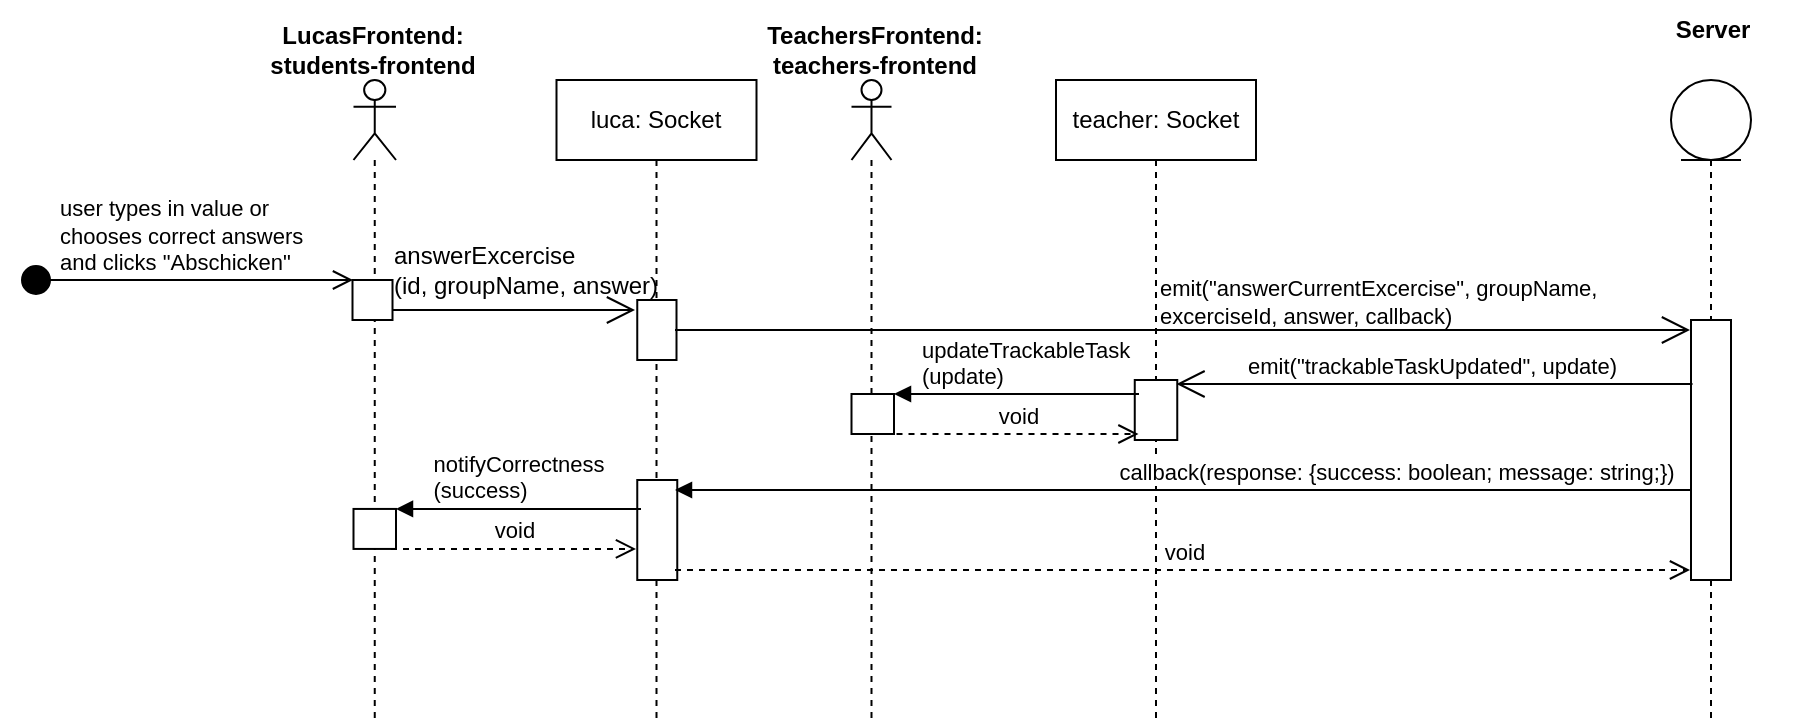
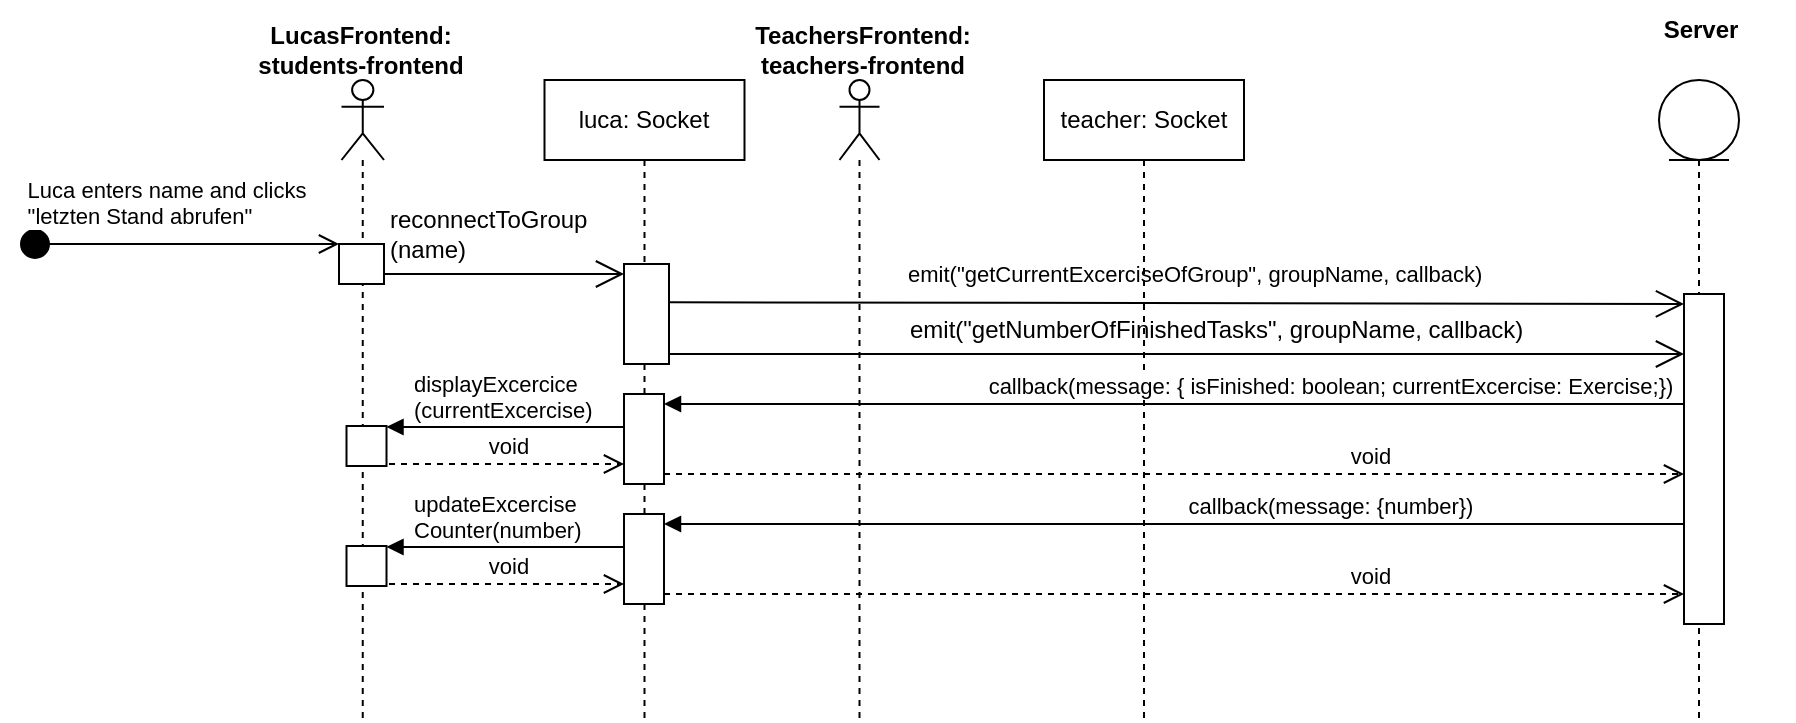
<mxfile host="app.diagrams.net" agent="Mozilla/5.0 (Windows NT 10.0; Win64; x64; rv:133.0) Gecko/20100101 Firefox/133.0" version="25.0.3">
  <diagram name="Page-1" id="2aDTY9amNtia2wzeplLk">
-     <mxGraphModel dx="2294" dy="838" grid="1" gridSize="10" guides="1" tooltips="1" connect="1" arrows="1" fold="1" page="1" pageScale="1" pageWidth="850" pageHeight="1100" math="0" shadow="0">
+     <mxGraphModel dx="1909" dy="615" grid="1" gridSize="10" guides="1" tooltips="1" connect="1" arrows="1" fold="1" page="1" pageScale="1" pageWidth="850" pageHeight="1100" math="0" shadow="0">
      <root>
        <mxCell id="0" />
        <mxCell id="1" parent="0" />
        <mxCell id="wzhvgZOO0w4-mviFbUcD-19" value="" style="shape=umlLifeline;perimeter=lifelinePerimeter;whiteSpace=wrap;html=1;container=1;dropTarget=0;collapsible=0;recursiveResize=0;outlineConnect=0;portConstraint=eastwest;newEdgeStyle={&quot;curved&quot;:0,&quot;rounded&quot;:0};participant=umlEntity;" parent="1" vertex="1">
          <mxGeometry x="607.5" y="40" width="40" height="320" as="geometry" />
        </mxCell>
-         <mxCell id="36G0p44SmY7-EEJN0GJe-1" value="" style="html=1;points=[[0,0,0,0,5],[0,1,0,0,-5],[1,0,0,0,5],[1,1,0,0,-5]];perimeter=orthogonalPerimeter;outlineConnect=0;targetShapes=umlLifeline;portConstraint=eastwest;newEdgeStyle={&quot;curved&quot;:0,&quot;rounded&quot;:0};" vertex="1" parent="wzhvgZOO0w4-mviFbUcD-19">
-           <mxGeometry x="10" y="120" width="20" height="130" as="geometry" />
-         </mxCell>
        <mxCell id="T5XOlsIRSnDnDzt5xugD-2" value="teacher: Socket" style="shape=umlLifeline;perimeter=lifelinePerimeter;whiteSpace=wrap;html=1;container=1;dropTarget=0;collapsible=0;recursiveResize=0;outlineConnect=0;portConstraint=eastwest;newEdgeStyle={&quot;curved&quot;:0,&quot;rounded&quot;:0};" parent="1" vertex="1">
          <mxGeometry x="300" y="40" width="100" height="320" as="geometry" />
-         </mxCell>
-         <mxCell id="36G0p44SmY7-EEJN0GJe-11" value="" style="html=1;points=[[0,0,0,0,5],[0,1,0,0,-5],[1,0,0,0,5],[1,1,0,0,-5]];perimeter=orthogonalPerimeter;outlineConnect=0;targetShapes=umlLifeline;portConstraint=eastwest;newEdgeStyle={&quot;curved&quot;:0,&quot;rounded&quot;:0};" vertex="1" parent="T5XOlsIRSnDnDzt5xugD-2">
-           <mxGeometry x="39.38" y="150" width="21.25" height="30" as="geometry" />
        </mxCell>
        <mxCell id="T5XOlsIRSnDnDzt5xugD-1" value="" style="shape=umlLifeline;perimeter=lifelinePerimeter;whiteSpace=wrap;html=1;container=1;dropTarget=0;collapsible=0;recursiveResize=0;outlineConnect=0;portConstraint=eastwest;newEdgeStyle={&quot;curved&quot;:0,&quot;rounded&quot;:0};participant=umlActor;" parent="1" vertex="1">
          <mxGeometry x="197.75" y="40" width="20" height="320" as="geometry" />
        </mxCell>
        <mxCell id="T5XOlsIRSnDnDzt5xugD-4" value="luca: Socket" style="shape=umlLifeline;perimeter=lifelinePerimeter;whiteSpace=wrap;html=1;container=1;dropTarget=0;collapsible=0;recursiveResize=0;outlineConnect=0;portConstraint=eastwest;newEdgeStyle={&quot;curved&quot;:0,&quot;rounded&quot;:0};" parent="1" vertex="1">
          <mxGeometry x="50.25" y="40" width="100" height="320" as="geometry" />
        </mxCell>
-         <mxCell id="36G0p44SmY7-EEJN0GJe-2" value="" style="html=1;points=[[0,0,0,0,5],[0,1,0,0,-5],[1,0,0,0,5],[1,1,0,0,-5]];perimeter=orthogonalPerimeter;outlineConnect=0;targetShapes=umlLifeline;portConstraint=eastwest;newEdgeStyle={&quot;curved&quot;:0,&quot;rounded&quot;:0};" vertex="1" parent="T5XOlsIRSnDnDzt5xugD-4">
-           <mxGeometry x="40.38" y="200" width="20" height="50" as="geometry" />
-         </mxCell>
-         <mxCell id="36G0p44SmY7-EEJN0GJe-4" value="" style="html=1;points=[[0,0,0,0,5],[0,1,0,0,-5],[1,0,0,0,5],[1,1,0,0,-5]];perimeter=orthogonalPerimeter;outlineConnect=0;targetShapes=umlLifeline;portConstraint=eastwest;newEdgeStyle={&quot;curved&quot;:0,&quot;rounded&quot;:0};" vertex="1" parent="T5XOlsIRSnDnDzt5xugD-4">
-           <mxGeometry x="40.38" y="110" width="19.62" height="30" as="geometry" />
-         </mxCell>
        <mxCell id="T5XOlsIRSnDnDzt5xugD-3" value="" style="shape=umlLifeline;perimeter=lifelinePerimeter;whiteSpace=wrap;html=1;container=1;dropTarget=0;collapsible=0;recursiveResize=0;outlineConnect=0;portConstraint=eastwest;newEdgeStyle={&quot;curved&quot;:0,&quot;rounded&quot;:0};participant=umlActor;" parent="1" vertex="1">
          <mxGeometry x="-51.25" y="40" width="21.25" height="320" as="geometry" />
-         </mxCell>
-         <mxCell id="36G0p44SmY7-EEJN0GJe-13" value="" style="html=1;points=[[0,0,0,0,5],[0,1,0,0,-5],[1,0,0,0,5],[1,1,0,0,-5]];perimeter=orthogonalPerimeter;outlineConnect=0;targetShapes=umlLifeline;portConstraint=eastwest;newEdgeStyle={&quot;curved&quot;:0,&quot;rounded&quot;:0};" vertex="1" parent="T5XOlsIRSnDnDzt5xugD-3">
-           <mxGeometry y="214.47000000000003" width="21.25" height="20" as="geometry" />
-         </mxCell>
-         <mxCell id="36G0p44SmY7-EEJN0GJe-14" value="&lt;div&gt;notifyCorrectness&lt;/div&gt;&lt;div align=&quot;left&quot;&gt;(success)&lt;/div&gt;" style="html=1;verticalAlign=bottom;endArrow=block;curved=0;rounded=0;" edge="1" parent="T5XOlsIRSnDnDzt5xugD-3">
-           <mxGeometry width="80" relative="1" as="geometry">
-             <mxPoint x="143.7499999999999" y="214.47000000000003" as="sourcePoint" />
-             <mxPoint x="21.249999999999886" y="214.47000000000003" as="targetPoint" />
-           </mxGeometry>
-         </mxCell>
-         <mxCell id="36G0p44SmY7-EEJN0GJe-15" value="void" style="html=1;verticalAlign=bottom;endArrow=open;dashed=1;endSize=8;curved=0;rounded=0;" edge="1" parent="T5XOlsIRSnDnDzt5xugD-3">
-           <mxGeometry relative="1" as="geometry">
-             <mxPoint x="18.749999999999886" y="234.47000000000003" as="sourcePoint" />
-             <mxPoint x="141.2499999999999" y="234.47000000000003" as="targetPoint" />
-           </mxGeometry>
        </mxCell>
        <mxCell id="wzhvgZOO0w4-mviFbUcD-15" value="&lt;div&gt;TeachersFrontend:&lt;br&gt;&lt;/div&gt;&lt;div&gt;teachers-frontend&lt;/div&gt;" style="text;align=center;fontStyle=1;verticalAlign=middle;spacingLeft=3;spacingRight=3;strokeColor=none;rotatable=0;points=[[0,0.5],[1,0.5]];portConstraint=eastwest;html=1;" parent="1" vertex="1">
          <mxGeometry x="161.25" y="10" width="95" height="30" as="geometry" />
        </mxCell>
        <mxCell id="wzhvgZOO0w4-mviFbUcD-32" value="Server" style="text;align=center;fontStyle=1;verticalAlign=middle;spacingLeft=3;spacingRight=3;strokeColor=none;rotatable=0;points=[[0,0.5],[1,0.5]];portConstraint=eastwest;html=1;" parent="1" vertex="1">
          <mxGeometry x="580" width="95" height="30" as="geometry" />
        </mxCell>
        <mxCell id="wzhvgZOO0w4-mviFbUcD-91" value="&lt;div&gt;LucasFrontend:&lt;/div&gt;&lt;div&gt;students-frontend&lt;br&gt;&lt;/div&gt;" style="text;align=center;fontStyle=1;verticalAlign=middle;spacingLeft=3;spacingRight=3;strokeColor=none;rotatable=0;points=[[0,0.5],[1,0.5]];portConstraint=eastwest;html=1;" parent="1" vertex="1">
          <mxGeometry x="-89.25" y="10" width="95" height="30" as="geometry" />
        </mxCell>
-         <mxCell id="wzhvgZOO0w4-mviFbUcD-168" value="" style="html=1;points=[[0,0,0,0,5],[0,1,0,0,-5],[1,0,0,0,5],[1,1,0,0,-5]];perimeter=orthogonalPerimeter;outlineConnect=0;targetShapes=umlLifeline;portConstraint=eastwest;newEdgeStyle={&quot;curved&quot;:0,&quot;rounded&quot;:0};" parent="1" vertex="1">
-           <mxGeometry x="-51.75" y="140" width="20" height="20" as="geometry" />
+         <mxCell id="vUYJZlTGqJKSE8iD6oC1-1" value="" style="html=1;points=[[0,0,0,0,5],[0,1,0,0,-5],[1,0,0,0,5],[1,1,0,0,-5]];perimeter=orthogonalPerimeter;outlineConnect=0;targetShapes=umlLifeline;portConstraint=eastwest;newEdgeStyle={&quot;curved&quot;:0,&quot;rounded&quot;:0};" vertex="1" parent="1">
+           <mxGeometry x="620" y="147" width="20" height="165" as="geometry" />
        </mxCell>
-         <mxCell id="wzhvgZOO0w4-mviFbUcD-169" value="" style="endArrow=open;endFill=1;endSize=12;html=1;rounded=0;exitX=1;exitY=1;exitDx=0;exitDy=-5;exitPerimeter=0;entryX=0;entryY=0;entryDx=0;entryDy=5;entryPerimeter=0;" parent="1" source="wzhvgZOO0w4-mviFbUcD-168" edge="1">
+         <mxCell id="vUYJZlTGqJKSE8iD6oC1-2" value="" style="html=1;points=[[0,0,0,0,5],[0,1,0,0,-5],[1,0,0,0,5],[1,1,0,0,-5]];perimeter=orthogonalPerimeter;outlineConnect=0;targetShapes=umlLifeline;portConstraint=eastwest;newEdgeStyle={&quot;curved&quot;:0,&quot;rounded&quot;:0};" vertex="1" parent="1">
+           <mxGeometry x="-52.5" y="122" width="22.5" height="20" as="geometry" />
+         </mxCell>
+         <mxCell id="vUYJZlTGqJKSE8iD6oC1-3" value="" style="html=1;points=[[0,0,0,0,5],[0,1,0,0,-5],[1,0,0,0,5],[1,1,0,0,-5]];perimeter=orthogonalPerimeter;outlineConnect=0;targetShapes=umlLifeline;portConstraint=eastwest;newEdgeStyle={&quot;curved&quot;:0,&quot;rounded&quot;:0};" vertex="1" parent="1">
+           <mxGeometry x="-48.75" y="213" width="20" height="20" as="geometry" />
+         </mxCell>
+         <mxCell id="vUYJZlTGqJKSE8iD6oC1-4" value="" style="html=1;points=[[0,0,0,0,5],[0,1,0,0,-5],[1,0,0,0,5],[1,1,0,0,-5]];perimeter=orthogonalPerimeter;outlineConnect=0;targetShapes=umlLifeline;portConstraint=eastwest;newEdgeStyle={&quot;curved&quot;:0,&quot;rounded&quot;:0};" vertex="1" parent="1">
+           <mxGeometry x="90" y="132" width="22.5" height="50" as="geometry" />
+         </mxCell>
+         <mxCell id="vUYJZlTGqJKSE8iD6oC1-5" value="" style="html=1;points=[[0,0,0,0,5],[0,1,0,0,-5],[1,0,0,0,5],[1,1,0,0,-5]];perimeter=orthogonalPerimeter;outlineConnect=0;targetShapes=umlLifeline;portConstraint=eastwest;newEdgeStyle={&quot;curved&quot;:0,&quot;rounded&quot;:0};" vertex="1" parent="1">
+           <mxGeometry x="90" y="197" width="20" height="45" as="geometry" />
+         </mxCell>
+         <mxCell id="vUYJZlTGqJKSE8iD6oC1-6" value="" style="endArrow=open;endFill=1;endSize=12;html=1;rounded=0;exitX=1;exitY=1;exitDx=0;exitDy=-5;exitPerimeter=0;entryX=0;entryY=0;entryDx=0;entryDy=5;entryPerimeter=0;" edge="1" parent="1" source="vUYJZlTGqJKSE8iD6oC1-2" target="vUYJZlTGqJKSE8iD6oC1-4">
          <mxGeometry width="160" relative="1" as="geometry">
-             <mxPoint x="169.5" as="sourcePoint" />
-             <mxPoint x="89.50000000000045" y="155" as="targetPoint" />
+             <mxPoint x="200" y="182" as="sourcePoint" />
+             <mxPoint x="32.5" y="132" as="targetPoint" />
          </mxGeometry>
        </mxCell>
-         <mxCell id="wzhvgZOO0w4-mviFbUcD-172" value="" style="endArrow=open;endFill=1;endSize=12;html=1;rounded=0;exitX=1;exitY=1;exitDx=0;exitDy=-5;exitPerimeter=0;entryX=0;entryY=0;entryDx=0;entryDy=5;entryPerimeter=0;" parent="1" edge="1">
+         <mxCell id="vUYJZlTGqJKSE8iD6oC1-7" value="&lt;font style=&quot;font-size: 11px;&quot;&gt;emit(&quot;getCurrentExcerciseOfGroup&quot;, groupName, callback)&lt;/font&gt;" style="text;html=1;align=left;verticalAlign=middle;whiteSpace=wrap;rounded=0;" vertex="1" parent="1">
+           <mxGeometry x="229.5" y="122" width="357" height="30" as="geometry" />
+         </mxCell>
+         <mxCell id="vUYJZlTGqJKSE8iD6oC1-8" value="" style="endArrow=open;endFill=1;endSize=12;html=1;rounded=0;exitX=1;exitY=1;exitDx=0;exitDy=-5;exitPerimeter=0;" edge="1" parent="1" source="vUYJZlTGqJKSE8iD6oC1-4" target="vUYJZlTGqJKSE8iD6oC1-1">
          <mxGeometry width="160" relative="1" as="geometry">
-             <mxPoint x="109.50000000000045" y="164.99999999999977" as="sourcePoint" />
-             <mxPoint x="617" y="165" as="targetPoint" />
+             <mxPoint x="150.5" y="151.55000000000018" as="sourcePoint" />
+             <mxPoint x="602.5" y="137" as="targetPoint" />
          </mxGeometry>
        </mxCell>
-         <mxCell id="wzhvgZOO0w4-mviFbUcD-173" value="&lt;font style=&quot;font-size: 11px;&quot;&gt;emit(&quot;answerCurrentExcercise&quot;, groupName, excerciseId, answer, callback)&lt;/font&gt;" style="text;whiteSpace=wrap;html=1;" parent="1" vertex="1">
-           <mxGeometry x="349.5" y="130" width="280" height="30" as="geometry" />
-         </mxCell>
-         <mxCell id="1kSFkEbPgEv4m-t2jmqG-113" value="callback(response: {success: boolean; message: string;})" style="html=1;verticalAlign=bottom;endArrow=block;curved=0;rounded=0;entryX=1;entryY=0;entryDx=0;entryDy=5;entryPerimeter=0;" parent="1" edge="1">
-           <mxGeometry x="-0.4187" width="80" relative="1" as="geometry">
-             <mxPoint x="617" y="245" as="sourcePoint" />
-             <mxPoint x="109.5" y="245" as="targetPoint" />
+         <mxCell id="vUYJZlTGqJKSE8iD6oC1-9" value="callback(message: { isFinished: boolean; currentExcercise: Exercise;})" style="html=1;verticalAlign=bottom;endArrow=block;curved=0;rounded=0;entryX=1;entryY=0;entryDx=0;entryDy=5;entryPerimeter=0;" edge="1" parent="1" target="vUYJZlTGqJKSE8iD6oC1-5">
+           <mxGeometry x="-0.3039" width="80" relative="1" as="geometry">
+             <mxPoint x="620" y="202" as="sourcePoint" />
+             <mxPoint x="682.5" y="262" as="targetPoint" />
            <mxPoint as="offset" />
          </mxGeometry>
        </mxCell>
-         <mxCell id="1kSFkEbPgEv4m-t2jmqG-116" value="void" style="html=1;verticalAlign=bottom;endArrow=open;dashed=1;endSize=8;curved=0;rounded=0;exitX=1;exitY=1;exitDx=0;exitDy=-5;exitPerimeter=0;" parent="1" edge="1">
-           <mxGeometry relative="1" as="geometry">
-             <mxPoint x="109.5" y="285" as="sourcePoint" />
-             <mxPoint x="617" y="285" as="targetPoint" />
-           </mxGeometry>
-         </mxCell>
-         <mxCell id="1kSFkEbPgEv4m-t2jmqG-130" value="&lt;div&gt;answerExcercise&lt;/div&gt;&lt;div&gt;(id, groupName, answer)&lt;/div&gt;" style="text;html=1;align=left;verticalAlign=middle;whiteSpace=wrap;rounded=0;" parent="1" vertex="1">
-           <mxGeometry x="-33" y="120" width="142.5" height="30" as="geometry" />
-         </mxCell>
-         <mxCell id="_SGCli1s5RP8yjDYndTH-19" value="&lt;div&gt;user types in value or&amp;nbsp;&lt;/div&gt;&lt;div&gt;chooses correct answers&lt;/div&gt;&lt;div&gt;and clicks &quot;Abschicken&quot;&lt;/div&gt;" style="html=1;verticalAlign=bottom;startArrow=circle;startFill=1;endArrow=open;startSize=6;endSize=8;curved=0;rounded=0;align=left;" parent="1" edge="1">
-           <mxGeometry x="-0.7838" width="80" relative="1" as="geometry">
-             <mxPoint x="-218" y="140" as="sourcePoint" />
-             <mxPoint x="-51.5" y="140" as="targetPoint" />
+         <mxCell id="vUYJZlTGqJKSE8iD6oC1-10" value="&lt;div&gt;displayExcercice&lt;/div&gt;&lt;div align=&quot;left&quot;&gt;(currentExcercise)&lt;/div&gt;" style="html=1;verticalAlign=bottom;endArrow=block;curved=0;rounded=0;align=left;" edge="1" parent="1">
+           <mxGeometry x="0.8105" width="80" relative="1" as="geometry">
+             <mxPoint x="90" y="213.5" as="sourcePoint" />
+             <mxPoint x="-28.75" y="213.5" as="targetPoint" />
            <mxPoint as="offset" />
          </mxGeometry>
        </mxCell>
-         <mxCell id="36G0p44SmY7-EEJN0GJe-5" value="" style="html=1;points=[[0,0,0,0,5],[0,1,0,0,-5],[1,0,0,0,5],[1,1,0,0,-5]];perimeter=orthogonalPerimeter;outlineConnect=0;targetShapes=umlLifeline;portConstraint=eastwest;newEdgeStyle={&quot;curved&quot;:0,&quot;rounded&quot;:0};" vertex="1" parent="1">
-           <mxGeometry x="197.75" y="197" width="21.25" height="20" as="geometry" />
+         <mxCell id="vUYJZlTGqJKSE8iD6oC1-11" value="void" style="html=1;verticalAlign=bottom;endArrow=open;dashed=1;endSize=8;curved=0;rounded=0;" edge="1" parent="1" target="vUYJZlTGqJKSE8iD6oC1-5">
+           <mxGeometry relative="1" as="geometry">
+             <mxPoint x="-27.5" y="232" as="sourcePoint" />
+             <mxPoint x="172.5" y="312" as="targetPoint" />
+           </mxGeometry>
        </mxCell>
-         <mxCell id="36G0p44SmY7-EEJN0GJe-6" value="&lt;div align=&quot;left&quot;&gt;updateTrackableTask&lt;/div&gt;&lt;div align=&quot;left&quot;&gt;(update)&lt;/div&gt;" style="html=1;verticalAlign=bottom;endArrow=block;curved=0;rounded=0;align=left;" edge="1" parent="1">
-           <mxGeometry x="0.8163" width="80" relative="1" as="geometry">
-             <mxPoint x="341.5" y="197" as="sourcePoint" />
-             <mxPoint x="219" y="197" as="targetPoint" />
+         <mxCell id="vUYJZlTGqJKSE8iD6oC1-12" value="void" style="html=1;verticalAlign=bottom;endArrow=open;dashed=1;endSize=8;curved=0;rounded=0;exitX=1;exitY=1;exitDx=0;exitDy=-5;exitPerimeter=0;" edge="1" parent="1" source="vUYJZlTGqJKSE8iD6oC1-5">
+           <mxGeometry x="0.3824" relative="1" as="geometry">
+             <mxPoint x="162.5" y="232" as="sourcePoint" />
+             <mxPoint x="620" y="237" as="targetPoint" />
            <mxPoint as="offset" />
          </mxGeometry>
        </mxCell>
-         <mxCell id="36G0p44SmY7-EEJN0GJe-7" value="void" style="html=1;verticalAlign=bottom;endArrow=open;dashed=1;endSize=8;curved=0;rounded=0;" edge="1" parent="1">
-           <mxGeometry relative="1" as="geometry">
-             <mxPoint x="220.25" y="217" as="sourcePoint" />
-             <mxPoint x="341.25" y="217" as="targetPoint" />
+         <mxCell id="vUYJZlTGqJKSE8iD6oC1-13" value="&lt;div&gt;reconnectToGroup&lt;/div&gt;&lt;div&gt;(name)&lt;/div&gt;" style="text;html=1;align=left;verticalAlign=middle;whiteSpace=wrap;rounded=0;" vertex="1" parent="1">
+           <mxGeometry x="-28.75" y="102" width="195" height="30" as="geometry" />
+         </mxCell>
+         <mxCell id="vUYJZlTGqJKSE8iD6oC1-14" value="" style="endArrow=open;endFill=1;endSize=12;html=1;rounded=0;entryX=0;entryY=0;entryDx=0;entryDy=5;entryPerimeter=0;" edge="1" parent="1" target="vUYJZlTGqJKSE8iD6oC1-1">
+           <mxGeometry width="160" relative="1" as="geometry">
+             <mxPoint x="112.5" y="151.1300000000001" as="sourcePoint" />
+             <mxPoint x="272.5" y="151.1300000000001" as="targetPoint" />
          </mxGeometry>
        </mxCell>
-         <mxCell id="36G0p44SmY7-EEJN0GJe-8" value="" style="endArrow=open;endFill=1;endSize=12;html=1;rounded=0;entryX=1;entryY=0;entryDx=0;entryDy=5;entryPerimeter=0;" edge="1" parent="1">
-           <mxGeometry width="160" relative="1" as="geometry">
-             <mxPoint x="618.25" y="192" as="sourcePoint" />
-             <mxPoint x="360.25" y="192" as="targetPoint" />
+         <mxCell id="vUYJZlTGqJKSE8iD6oC1-15" value="emit(&quot;getNumberOfFinishedTasks&quot;, groupName, callback)" style="text;html=1;align=left;verticalAlign=middle;whiteSpace=wrap;rounded=0;" vertex="1" parent="1">
+           <mxGeometry x="230.63" y="150" width="357" height="30" as="geometry" />
+         </mxCell>
+         <mxCell id="vUYJZlTGqJKSE8iD6oC1-16" value="" style="html=1;points=[[0,0,0,0,5],[0,1,0,0,-5],[1,0,0,0,5],[1,1,0,0,-5]];perimeter=orthogonalPerimeter;outlineConnect=0;targetShapes=umlLifeline;portConstraint=eastwest;newEdgeStyle={&quot;curved&quot;:0,&quot;rounded&quot;:0};" vertex="1" parent="1">
+           <mxGeometry x="-48.75" y="273" width="20" height="20" as="geometry" />
+         </mxCell>
+         <mxCell id="vUYJZlTGqJKSE8iD6oC1-17" value="" style="html=1;points=[[0,0,0,0,5],[0,1,0,0,-5],[1,0,0,0,5],[1,1,0,0,-5]];perimeter=orthogonalPerimeter;outlineConnect=0;targetShapes=umlLifeline;portConstraint=eastwest;newEdgeStyle={&quot;curved&quot;:0,&quot;rounded&quot;:0};" vertex="1" parent="1">
+           <mxGeometry x="90" y="257" width="20" height="45" as="geometry" />
+         </mxCell>
+         <mxCell id="vUYJZlTGqJKSE8iD6oC1-18" value="callback(message: {number})" style="html=1;verticalAlign=bottom;endArrow=block;curved=0;rounded=0;entryX=1;entryY=0;entryDx=0;entryDy=5;entryPerimeter=0;" edge="1" parent="1" target="vUYJZlTGqJKSE8iD6oC1-17">
+           <mxGeometry x="-0.3039" width="80" relative="1" as="geometry">
+             <mxPoint x="620" y="262" as="sourcePoint" />
+             <mxPoint x="682.5" y="322" as="targetPoint" />
+             <mxPoint as="offset" />
          </mxGeometry>
        </mxCell>
-         <mxCell id="36G0p44SmY7-EEJN0GJe-10" value="&lt;div&gt;emit(&quot;trackableTaskUpdated&quot;, update)&lt;/div&gt;" style="text;whiteSpace=wrap;html=1;fontSize=11;" vertex="1" parent="1">
-           <mxGeometry x="393.87" y="170" width="191.25" height="40" as="geometry" />
+         <mxCell id="vUYJZlTGqJKSE8iD6oC1-19" value="&lt;div align=&quot;left&quot;&gt;updateExcercise&lt;/div&gt;&lt;div align=&quot;left&quot;&gt;Counter(number)&lt;br&gt;&lt;/div&gt;" style="html=1;verticalAlign=bottom;endArrow=block;curved=0;rounded=0;align=left;" edge="1" parent="1">
+           <mxGeometry x="0.8105" width="80" relative="1" as="geometry">
+             <mxPoint x="90" y="273.5" as="sourcePoint" />
+             <mxPoint x="-28.75" y="273.5" as="targetPoint" />
+             <mxPoint as="offset" />
+           </mxGeometry>
+         </mxCell>
+         <mxCell id="vUYJZlTGqJKSE8iD6oC1-20" value="void" style="html=1;verticalAlign=bottom;endArrow=open;dashed=1;endSize=8;curved=0;rounded=0;" edge="1" parent="1" target="vUYJZlTGqJKSE8iD6oC1-17">
+           <mxGeometry relative="1" as="geometry">
+             <mxPoint x="-27.5" y="292" as="sourcePoint" />
+             <mxPoint x="172.5" y="372" as="targetPoint" />
+           </mxGeometry>
+         </mxCell>
+         <mxCell id="vUYJZlTGqJKSE8iD6oC1-21" value="void" style="html=1;verticalAlign=bottom;endArrow=open;dashed=1;endSize=8;curved=0;rounded=0;exitX=1;exitY=1;exitDx=0;exitDy=-5;exitPerimeter=0;" edge="1" parent="1" source="vUYJZlTGqJKSE8iD6oC1-17">
+           <mxGeometry x="0.3824" relative="1" as="geometry">
+             <mxPoint x="162.5" y="292" as="sourcePoint" />
+             <mxPoint x="620" y="297" as="targetPoint" />
+             <mxPoint as="offset" />
+           </mxGeometry>
+         </mxCell>
+         <mxCell id="vUYJZlTGqJKSE8iD6oC1-22" value="&lt;div&gt;Luca enters name and clicks&lt;br&gt;&lt;/div&gt;&lt;div align=&quot;left&quot;&gt;&quot;letzten Stand abrufen&quot;&lt;br&gt;&lt;/div&gt;" style="html=1;verticalAlign=bottom;startArrow=circle;startFill=1;endArrow=open;startSize=6;endSize=8;curved=0;rounded=0;" edge="1" parent="1">
+           <mxGeometry x="-0.0875" y="5" width="80" relative="1" as="geometry">
+             <mxPoint x="-212.5" y="122" as="sourcePoint" />
+             <mxPoint x="-52.5" y="122" as="targetPoint" />
+             <mxPoint as="offset" />
+           </mxGeometry>
        </mxCell>
      </root>
    </mxGraphModel>
  </diagram>
</mxfile>
